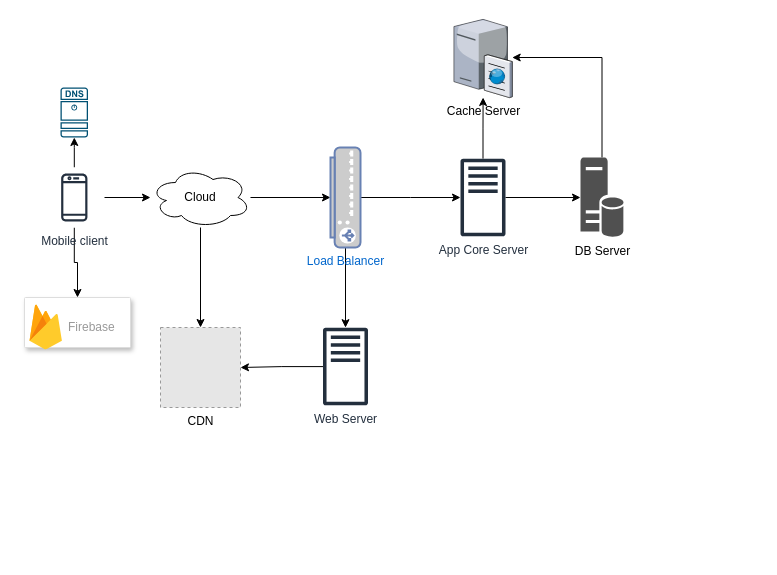
Above: Test Diagram.drawio in sudiptobd/diagrams (draw.io), before the change. Source tidied: cells renumbered, new cells numbered last; positions are measured from the earlier drawing's top-left corner, leaving out a move shared by most shapes. Both pictures are drawn from the tidied source at 100%, with x=0, y=0 at pixel (24, 17). Pictures stored in the file or linked from it are replaced by grey dashed boxes.
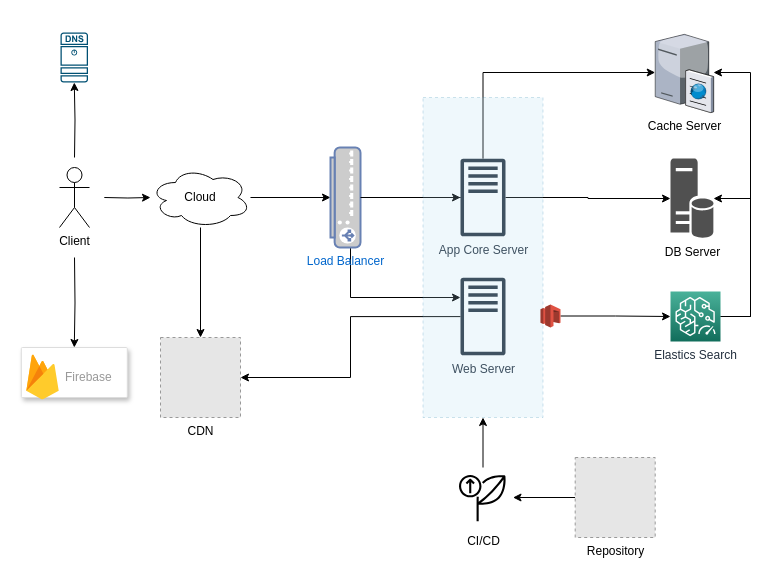
Above is the later version.

Unchanged cells that the change refers to:
```xml
<mxCell id="8" value="Cloud" style="ellipse;shape=cloud;whiteSpace=wrap;html=1;align=center;" parent="1" vertex="1">
  <mxGeometry x="126" y="150" width="100" height="60" as="geometry" />
</mxCell>
<mxCell id="12" value="Load Balancer" style="fontColor=#0066CC;verticalAlign=top;verticalLabelPosition=bottom;labelPosition=center;align=center;html=1;outlineConnect=0;fillColor=#CCCCCC;strokeColor=#6881B3;gradientColor=none;gradientDirection=north;strokeWidth=2;shape=mxgraph.networks.load_balancer;direction=south;noLabel=0;movableLabel=0;fontSize=12;labelBackgroundColor=none;labelBorderColor=none;" parent="1" vertex="1">
  <mxGeometry x="306" y="130" width="30" height="100" as="geometry" />
</mxCell>
```

What changed in the source:
```diff
@@
-    <mxCell id="2" style="edgeStyle=orthogonalEdgeStyle;rounded=0;jettySize=auto;html=1;" parent="1" edge="1" source="5" target="8">
-      <mxGeometry relative="1" as="geometry" />
+    <mxCell id="2" style="edgeStyle=orthogonalEdgeStyle;rounded=0;jettySize=auto;html=1;" parent="1" edge="1" target="8">
+      <mxGeometry relative="1" as="geometry">
+        <mxPoint x="79.8" y="180" as="sourcePoint" />
+      </mxGeometry>
     </mxCell>
-    <mxCell id="3" style="edgeStyle=orthogonalEdgeStyle;rounded=0;jettySize=auto;html=1;" parent="1" edge="1" source="5" target="9">
-      <mxGeometry relative="1" as="geometry" />
+    <mxCell id="3" style="edgeStyle=orthogonalEdgeStyle;rounded=0;jettySize=auto;html=1;" parent="1" edge="1" target="9">
+      <mxGeometry relative="1" as="geometry">
+        <mxPoint x="50" y="140" as="sourcePoint" />
+      </mxGeometry>
     </mxCell>
-    <mxCell id="4" style="edgeStyle=orthogonalEdgeStyle;rounded=0;jettySize=auto;html=1;fontSize=12;" parent="1" edge="1" source="5" target="22">
-      <mxGeometry relative="1" as="geometry" />
+    <mxCell id="4" style="edgeStyle=orthogonalEdgeStyle;rounded=0;jettySize=auto;html=1;fontSize=12;" parent="1" edge="1" target="22">
+      <mxGeometry relative="1" as="geometry">
+        <mxPoint x="50" y="240" as="sourcePoint" />
+      </mxGeometry>
     </mxCell>
-    <mxCell id="5" value="Mobile client" style="sketch=0;outlineConnect=0;fontColor=#232F3E;gradientColor=none;strokeColor=#232F3E;fillColor=#ffffff;dashed=0;verticalLabelPosition=bottom;verticalAlign=top;align=center;html=1;fontSize=12;fontStyle=0;shape=mxgraph.aws4.resourceIcon;resIcon=mxgraph.aws4.mobile_client;" parent="1" vertex="1">
-      <mxGeometry x="19.8" y="150" width="60" height="60" as="geometry" />
-    </mxCell>
@@
     <mxCell id="9" style="sketch=0;points=[[0.015,0.015,0],[0.985,0.015,0],[0.985,0.985,0],[0.015,0.985,0],[0.25,0,0],[0.5,0,0],[0.75,0,0],[1,0.25,0],[1,0.5,0],[1,0.75,0],[0.75,1,0],[0.5,1,0],[0.25,1,0],[0,0.75,0],[0,0.5,0],[0,0.25,0]];verticalLabelPosition=bottom;html=1;verticalAlign=top;align=center;shape=mxgraph.cisco19.dns_server;fillColor=#005073;strokeColor=none;" parent="1" vertex="1">
-      <mxGeometry x="36" y="70" width="27.5" height="50" as="geometry" />
+      <mxGeometry x="36" y="15" width="27.5" height="50" as="geometry" />
     </mxCell>
-    <mxCell id="10" style="edgeStyle=orthogonalEdgeStyle;rounded=0;jettySize=auto;html=1;fontSize=12;" parent="1" edge="1" source="12" target="14">
-      <mxGeometry relative="1" as="geometry" />
+    <mxCell id="10" style="edgeStyle=orthogonalEdgeStyle;rounded=0;jettySize=auto;html=1;fontSize=12;startArrow=none;" parent="1" edge="1" source="17" target="14">
+      <mxGeometry relative="1" as="geometry">
+        <Array as="points">
+          <mxPoint x="326" y="180" />
+          <mxPoint x="326" y="280" />
+          <mxPoint x="459" y="280" />
+        </Array>
+      </mxGeometry>
     </mxCell>
@@
     <mxCell id="13" style="edgeStyle=orthogonalEdgeStyle;rounded=0;jettySize=auto;html=1;fontSize=12;" parent="1" edge="1" source="14" target="18">
-      <mxGeometry relative="1" as="geometry" />
+      <mxGeometry relative="1" as="geometry">
+        <Array as="points">
+          <mxPoint x="326" y="299" />
+          <mxPoint x="326" y="360" />
+        </Array>
+      </mxGeometry>
     </mxCell>
     <mxCell id="14" value="Web Server" style="sketch=0;outlineConnect=0;fontColor=#232F3E;gradientColor=none;fillColor=#232F3D;strokeColor=none;dashed=0;verticalLabelPosition=bottom;verticalAlign=top;align=center;html=1;fontSize=12;fontStyle=0;shape=mxgraph.aws4.traditional_server;labelBackgroundColor=none;labelBorderColor=none;" parent="1" vertex="1">
-      <mxGeometry x="298.5" y="310" width="45" height="78" as="geometry" />
+      <mxGeometry x="436" y="260" width="45" height="78" as="geometry" />
     </mxCell>
@@
     <mxCell id="16" style="edgeStyle=orthogonalEdgeStyle;rounded=0;jettySize=auto;html=1;fontSize=12;" parent="1" edge="1" source="17" target="21">
-      <mxGeometry relative="1" as="geometry" />
+      <mxGeometry relative="1" as="geometry">
+        <Array as="points">
+          <mxPoint x="459" y="55" />
+        </Array>
+      </mxGeometry>
     </mxCell>
-    <mxCell id="17" value="App Core Server" style="sketch=0;outlineConnect=0;fontColor=#232F3E;gradientColor=none;fillColor=#232F3D;strokeColor=none;dashed=0;verticalLabelPosition=bottom;verticalAlign=top;align=center;html=1;fontSize=12;fontStyle=0;shape=mxgraph.aws4.traditional_server;labelBackgroundColor=none;labelBorderColor=none;" parent="1" vertex="1">
-      <mxGeometry x="436" y="141" width="45" height="78" as="geometry" />
-    </mxCell>
     <mxCell id="18" value="CDN" style="fillColor=#E6E6E6;strokeColor=#999999;dashed=1;html=1;verticalAlign=top;verticalLabelPosition=bottom;labelBackgroundColor=#ffffff;fontSize=12;" parent="1" vertex="1">
-      <mxGeometry x="136" y="310" width="80" height="80" as="geometry" />
+      <mxGeometry x="136" y="320" width="80" height="80" as="geometry" />
     </mxCell>
-    <mxCell id="19" style="edgeStyle=orthogonalEdgeStyle;rounded=0;jettySize=auto;html=1;fontSize=12;" parent="1" edge="1" source="20" target="21">
-      <mxGeometry relative="1" as="geometry">
-        <Array as="points">
-          <mxPoint x="578" y="40" />
-        </Array>
-      </mxGeometry>
-    </mxCell>
     <mxCell id="20" value="DB Server" style="sketch=0;shadow=0;dashed=0;html=1;strokeColor=none;fillColor=#505050;labelPosition=center;verticalLabelPosition=bottom;verticalAlign=top;outlineConnect=0;align=center;shape=mxgraph.office.databases.database_server;labelBackgroundColor=none;labelBorderColor=none;fontSize=12;" parent="1" vertex="1">
-      <mxGeometry x="556" y="140" width="43" height="80" as="geometry" />
+      <mxGeometry x="646" y="141" width="43" height="80" as="geometry" />
     </mxCell>
     <mxCell id="21" value="Cache Server&lt;br&gt;" style="verticalLabelPosition=bottom;sketch=0;html=1;verticalAlign=top;strokeColor=none;align=center;outlineConnect=0;shape=mxgraph.citrix.cache_server;labelBackgroundColor=none;labelBorderColor=none;fontSize=12;" parent="1" vertex="1">
-      <mxGeometry x="429.4" width="58.3" height="80" as="geometry" />
+      <mxGeometry x="630.7" y="15" width="58.3" height="80" as="geometry" />
     </mxCell>
     <mxCell id="22" style="strokeColor=#dddddd;shadow=1;strokeWidth=1;rounded=1;absoluteArcSize=1;arcSize=2;labelBackgroundColor=none;labelBorderColor=none;fontSize=12;" parent="1" vertex="1">
-      <mxGeometry y="280" width="106" height="50" as="geometry" />
+      <mxGeometry x="-3.2" y="330" width="106" height="50" as="geometry" />
     </mxCell>
@@
+    <mxCell id="24" value="Client" style="shape=umlActor;verticalLabelPosition=bottom;verticalAlign=top;html=1;labelBackgroundColor=none;labelBorderColor=none;fontSize=12;" parent="1" vertex="1">
+      <mxGeometry x="35" y="150" width="30" height="60" as="geometry" />
+    </mxCell>
+    <mxCell id="25" style="edgeStyle=orthogonalEdgeStyle;rounded=0;jettySize=auto;html=1;fontSize=12;endArrow=none;" parent="1" edge="1" source="12" target="17">
+      <mxGeometry relative="1" as="geometry" />
+    </mxCell>
+    <mxCell id="17" value="App Core Server" style="sketch=0;outlineConnect=0;fontColor=#232F3E;gradientColor=none;fillColor=#232F3D;strokeColor=none;dashed=0;verticalLabelPosition=bottom;verticalAlign=top;align=center;html=1;fontSize=12;fontStyle=0;shape=mxgraph.aws4.traditional_server;labelBackgroundColor=none;labelBorderColor=none;" parent="1" vertex="1">
+      <mxGeometry x="436" y="141" width="45" height="78" as="geometry" />
+    </mxCell>
+    <mxCell id="26" style="rounded=0;whiteSpace=wrap;html=1;labelBackgroundColor=none;labelBorderColor=none;fontSize=12;fillColor=#b1ddf0;dashed=1;strokeColor=#10739e;opacity=20;" parent="1" vertex="1">
+      <mxGeometry x="398.5" y="80" width="120" height="320" as="geometry" />
+    </mxCell>
+    <mxCell id="27" style="edgeStyle=orthogonalEdgeStyle;rounded=0;jettySize=auto;html=1;fontSize=12;" parent="1" edge="1" source="28" target="26">
+      <mxGeometry relative="1" as="geometry" />
+    </mxCell>
+    <mxCell id="28" value="CI/CD" style="sketch=0;outlineConnect=0;dashed=0;verticalLabelPosition=bottom;verticalAlign=top;align=center;html=1;fontSize=12;fontStyle=0;shape=mxgraph.aws4.resourceIcon;resIcon=mxgraph.aws4.deployment;labelBackgroundColor=none;labelBorderColor=none;fillColor=none;" parent="1" vertex="1">
+      <mxGeometry x="428.5" y="450" width="60" height="60" as="geometry" />
+    </mxCell>
+    <mxCell id="29" style="edgeStyle=orthogonalEdgeStyle;rounded=0;jettySize=auto;html=1;fontSize=12;" parent="1" edge="1" source="30" target="28">
+      <mxGeometry relative="1" as="geometry" />
+    </mxCell>
+    <mxCell id="30" value="Repository" style="fillColor=#E6E6E6;strokeColor=#999999;dashed=1;html=1;verticalAlign=top;verticalLabelPosition=bottom;labelBackgroundColor=#ffffff;fontSize=12;" parent="1" vertex="1">
+      <mxGeometry x="550.7" y="440" width="80" height="80" as="geometry" />
+    </mxCell>
+    <mxCell id="31" style="edgeStyle=orthogonalEdgeStyle;rounded=0;jettySize=auto;html=1;fontSize=12;" parent="1" edge="1" source="33" target="20">
+      <mxGeometry relative="1" as="geometry">
+        <Array as="points">
+          <mxPoint x="726" y="299" />
+          <mxPoint x="726" y="181" />
+        </Array>
+      </mxGeometry>
+    </mxCell>
+    <mxCell id="32" style="edgeStyle=orthogonalEdgeStyle;rounded=0;jettySize=auto;html=1;fontSize=12;" parent="1" edge="1" source="33" target="21">
+      <mxGeometry relative="1" as="geometry">
+        <Array as="points">
+          <mxPoint x="726" y="299" />
+          <mxPoint x="726" y="55" />
+        </Array>
+      </mxGeometry>
+    </mxCell>
+    <mxCell id="33" value="Elastics Search" style="sketch=0;points=[[0,0,0],[0.25,0,0],[0.5,0,0],[0.75,0,0],[1,0,0],[0,1,0],[0.25,1,0],[0.5,1,0],[0.75,1,0],[1,1,0],[0,0.25,0],[0,0.5,0],[0,0.75,0],[1,0.25,0],[1,0.5,0],[1,0.75,0]];outlineConnect=0;fontColor=#232F3E;gradientColor=#4AB29A;gradientDirection=north;fillColor=#116D5B;strokeColor=#ffffff;dashed=0;verticalLabelPosition=bottom;verticalAlign=top;align=center;html=1;fontSize=12;fontStyle=0;shape=mxgraph.aws4.resourceIcon;resIcon=mxgraph.aws4.elastic_inference_2;labelBackgroundColor=none;labelBorderColor=none;" parent="1" vertex="1">
+      <mxGeometry x="646" y="274" width="50" height="50" as="geometry" />
+    </mxCell>
+    <mxCell id="34" style="edgeStyle=orthogonalEdgeStyle;rounded=0;jettySize=auto;html=1;fontSize=12;" parent="1" edge="1" source="35" target="33">
+      <mxGeometry relative="1" as="geometry" />
+    </mxCell>
+    <mxCell id="35" style="outlineConnect=0;dashed=0;verticalLabelPosition=bottom;verticalAlign=top;align=center;html=1;shape=mxgraph.aws3.storage_gateway;fillColor=#E05243;gradientColor=none;labelBackgroundColor=none;labelBorderColor=none;strokeColor=default;fontSize=12;" parent="1" vertex="1">
+      <mxGeometry x="516" y="287" width="20" height="23" as="geometry" />
+    </mxCell>
```
